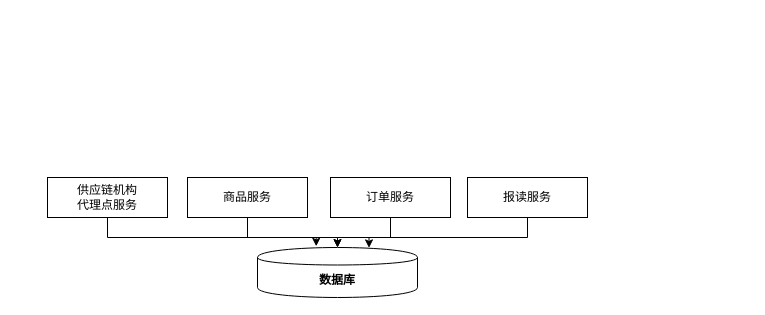
This is page "Page-3" (3 of 4) of workeredu/求学圆梦项目流程.drawio from kinvensan/drawio, a draw.io file, before an edit. Source tidied: cells renumbered, new cells numbered last; positions are measured from the earlier drawing's top-left corner, leaving out a move shared by most shapes. Both pictures are drawn from the tidied source at 100%, with x=0, y=0 at pixel (47, 177).
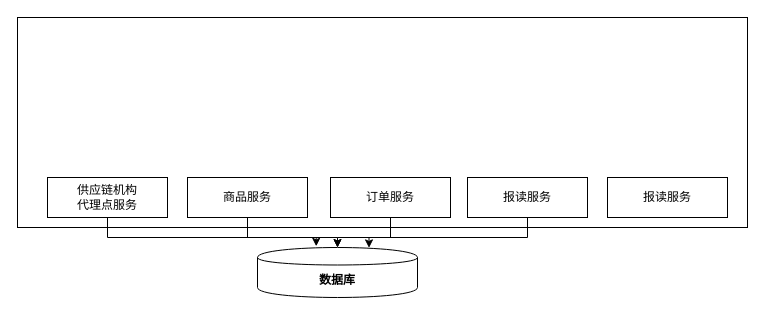
The same diagram, later.

Commit message:
Update 求学圆梦项目流程.drawio

What changed in the source:
```diff
@@
 <mxGraphModel>
   <root>
     <mxCell id="0" />
     <mxCell id="1" parent="0" />
+    <mxCell id="11" style="rounded=0;whiteSpace=wrap;html=1;fillColor=#FFFFFF;" parent="1" vertex="1">
+      <mxGeometry x="-30" y="-160" width="730" height="210" as="geometry" />
+    </mxCell>
     <mxCell id="2" style="edgeStyle=orthogonalEdgeStyle;rounded=0;jettySize=auto;html=1;strokeWidth=1;" parent="1" edge="1" source="3" target="4">
       <mxGeometry relative="1" as="geometry">
         <Array as="points">
           <mxPoint x="60" y="60" />
           <mxPoint x="290" y="60" />
         </Array>
       </mxGeometry>
     </mxCell>
     <mxCell id="3" value="供应链机构&lt;br&gt;代理点服务" style="rounded=0;whiteSpace=wrap;html=1;" parent="1" vertex="1">
       <mxGeometry width="120" height="40" as="geometry" />
     </mxCell>
     <mxCell id="4" value="&lt;b&gt;数据库&lt;/b&gt;" style="shape=cylinder;whiteSpace=wrap;html=1;boundedLbl=1;backgroundOutline=1;fillColor=#FFFFFF;" parent="1" vertex="1">
       <mxGeometry x="210" y="70" width="160" height="50" as="geometry" />
     </mxCell>
     <mxCell id="5" style="edgeStyle=orthogonalEdgeStyle;rounded=0;jettySize=auto;html=1;entryX=0.367;entryY=-0.024;entryDx=0;entryDy=0;entryPerimeter=0;strokeWidth=1;" parent="1" edge="1" source="6" target="4">
       <mxGeometry relative="1" as="geometry" />
     </mxCell>
     <mxCell id="6" value="商品服务" style="rounded=0;whiteSpace=wrap;html=1;" parent="1" vertex="1">
       <mxGeometry x="140" width="120" height="40" as="geometry" />
     </mxCell>
     <mxCell id="7" style="edgeStyle=orthogonalEdgeStyle;rounded=0;jettySize=auto;html=1;entryX=0.5;entryY=0;entryDx=0;entryDy=0;strokeWidth=1;" parent="1" edge="1" source="8" target="4">
       <mxGeometry relative="1" as="geometry" />
     </mxCell>
     <mxCell id="8" value="订单服务" style="rounded=0;whiteSpace=wrap;html=1;" parent="1" vertex="1">
       <mxGeometry x="283" width="120" height="40" as="geometry" />
     </mxCell>
     <mxCell id="9" style="edgeStyle=orthogonalEdgeStyle;rounded=0;jettySize=auto;html=1;entryX=0.697;entryY=0.008;entryDx=0;entryDy=0;entryPerimeter=0;strokeWidth=1;" parent="1" edge="1" source="10" target="4">
       <mxGeometry relative="1" as="geometry">
         <Array as="points">
           <mxPoint x="480" y="60" />
           <mxPoint x="322" y="60" />
         </Array>
       </mxGeometry>
     </mxCell>
     <mxCell id="10" value="报读服务" style="rounded=0;whiteSpace=wrap;html=1;" parent="1" vertex="1">
       <mxGeometry x="420" width="120" height="40" as="geometry" />
     </mxCell>
+    <mxCell id="12" value="报读服务" style="rounded=0;whiteSpace=wrap;html=1;" parent="1" vertex="1">
+      <mxGeometry x="560" width="120" height="40" as="geometry" />
+    </mxCell>
   </root>
 </mxGraphModel>
```
